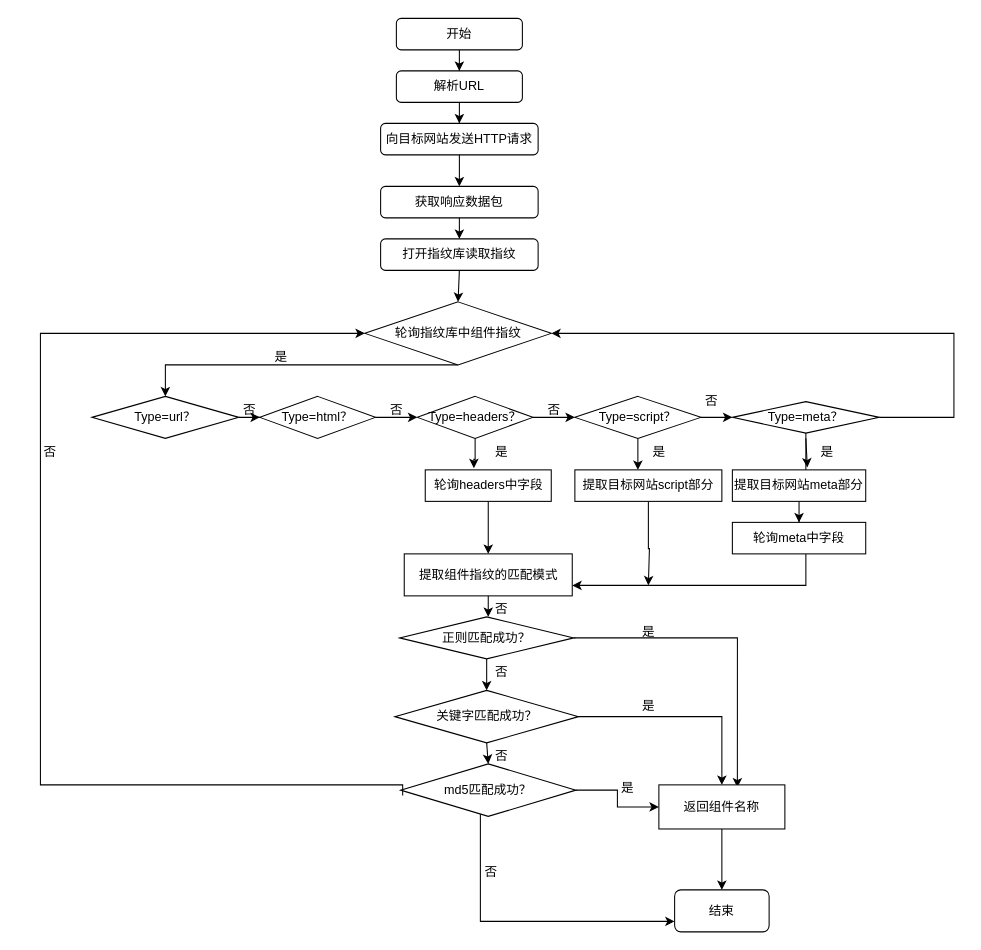
yoyoOO123/img keeps this draw.io diagram as 毕设.drawio. Above is the earlier version. Source tidied: cells renumbered, new cells numbered last; positions are measured from the earlier drawing's top-left corner, leaving out a move shared by most shapes. Both pictures are drawn from the tidied source at 105%, with x=0, y=0 at pixel (28, 18).
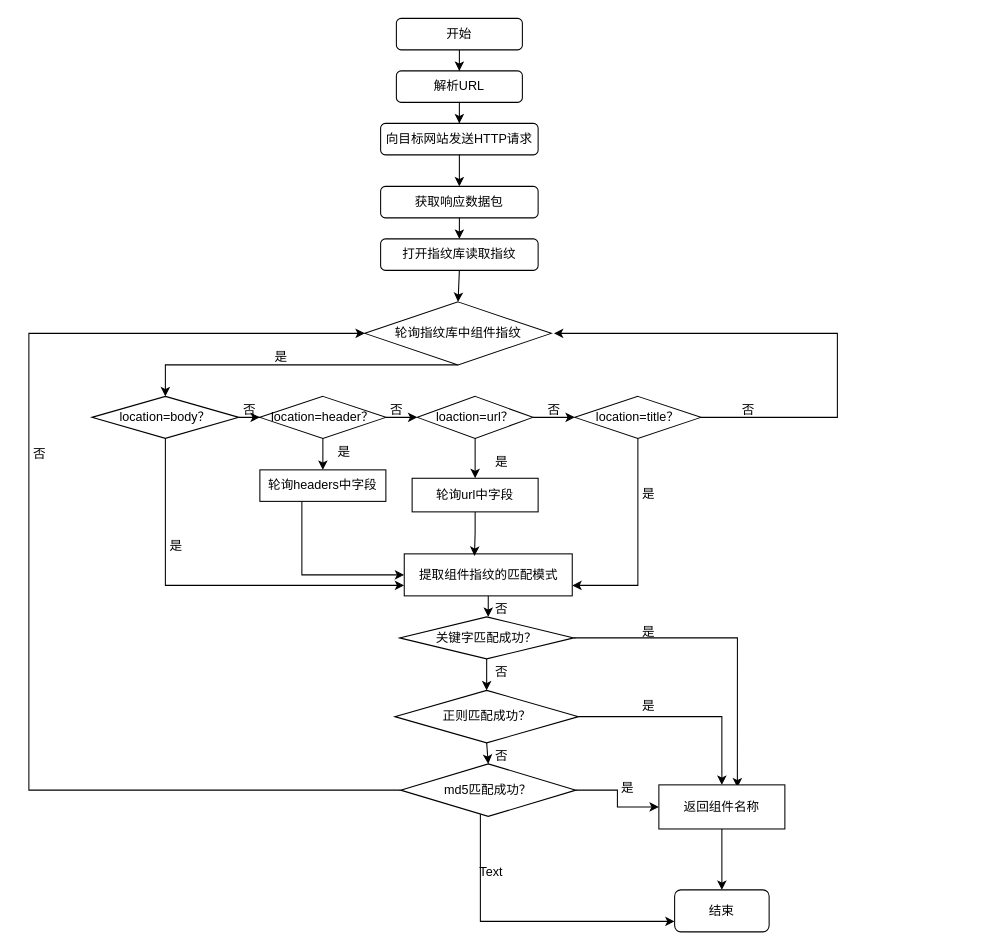
The same page after the edit.

The change refers to these unchanged cells:
```xml
<mxCell id="10" value="轮询指纹库中组件指纹" style="rhombus;whiteSpace=wrap;html=1;" parent="1" vertex="1">
  <mxGeometry x="320" y="270" width="177.5" height="60" as="geometry" />
</mxCell>
<mxCell id="46" value="提取组件指纹的匹配模式" style="rounded=0;whiteSpace=wrap;html=1;" parent="1" vertex="1">
  <mxGeometry x="357.5" y="510" width="160" height="40" as="geometry" />
</mxCell>
<mxCell id="55" value="md5匹配成功？" style="rhombus;whiteSpace=wrap;html=1;" parent="1" vertex="1">
  <mxGeometry x="354" y="710" width="167" height="50" as="geometry" />
</mxCell>
```

Diff of the diagram source:
```diff
@@
+    <mxCell id="67" style="edgeStyle=orthogonalEdgeStyle;rounded=0;jettySize=auto;html=1;entryX=0;entryY=0.75;entryDx=0;entryDy=0;" parent="1" edge="1" source="12" target="46">
+      <mxGeometry relative="1" as="geometry">
+        <Array as="points">
+          <mxPoint x="130" y="540" />
+        </Array>
+      </mxGeometry>
+    </mxCell>
-    <mxCell id="12" value="Type=url？" style="rhombus;whiteSpace=wrap;html=1;" parent="1" vertex="1">
+    <mxCell id="12" value="location=body？" style="rhombus;whiteSpace=wrap;html=1;" parent="1" vertex="1">
       <mxGeometry x="60" y="360" width="140" height="40" as="geometry" />
     </mxCell>
@@
+    <mxCell id="68" style="edgeStyle=orthogonalEdgeStyle;rounded=0;jettySize=auto;html=1;entryX=0.5;entryY=0;entryDx=0;entryDy=0;" parent="1" edge="1" source="14" target="25">
+      <mxGeometry relative="1" as="geometry" />
+    </mxCell>
-    <mxCell id="14" value="Type=html？" style="rhombus;whiteSpace=wrap;html=1;" parent="1" vertex="1">
-      <mxGeometry x="220" y="360" width="110" height="40" as="geometry" />
+    <mxCell id="14" value="location=header？" style="rhombus;whiteSpace=wrap;html=1;" parent="1" vertex="1">
+      <mxGeometry x="220" y="360" width="120" height="40" as="geometry" />
     </mxCell>
@@
-    <mxCell id="16" style="edgeStyle=orthogonalEdgeStyle;rounded=0;jettySize=auto;html=1;entryX=0.386;entryY=-0.055;entryDx=0;entryDy=0;entryPerimeter=0;" parent="1" edge="1" source="17" target="25">
-      <mxGeometry relative="1" as="geometry" />
-    </mxCell>
+    <mxCell id="69" style="edgeStyle=orthogonalEdgeStyle;rounded=0;jettySize=auto;html=1;" parent="1" edge="1" source="17" target="78">
+      <mxGeometry relative="1" as="geometry" />
+    </mxCell>
-    <mxCell id="17" value="Type=headers？" style="rhombus;whiteSpace=wrap;html=1;" parent="1" vertex="1">
+    <mxCell id="17" value="loaction=url？" style="rhombus;whiteSpace=wrap;html=1;" parent="1" vertex="1">
       <mxGeometry x="370" y="360" width="110" height="40" as="geometry" />
     </mxCell>
-    <mxCell id="18" style="edgeStyle=orthogonalEdgeStyle;rounded=0;jettySize=auto;html=1;entryX=0;entryY=0.5;entryDx=0;entryDy=0;" parent="1" edge="1" source="20" target="23">
-      <mxGeometry relative="1" as="geometry" />
+    <mxCell id="18" style="edgeStyle=orthogonalEdgeStyle;rounded=0;jettySize=auto;html=1;" parent="1" edge="1" source="20">
+      <mxGeometry relative="1" as="geometry">
+        <mxPoint x="500" y="300" as="targetPoint" />
+        <Array as="points">
+          <mxPoint x="770" y="380" />
+          <mxPoint x="770" y="300" />
+        </Array>
+      </mxGeometry>
     </mxCell>
-    <mxCell id="19" style="edgeStyle=orthogonalEdgeStyle;rounded=0;jettySize=auto;html=1;entryX=0.429;entryY=0;entryDx=0;entryDy=0;entryPerimeter=0;" parent="1" edge="1" source="20" target="27">
-      <mxGeometry relative="1" as="geometry" />
-    </mxCell>
+    <mxCell id="70" style="edgeStyle=orthogonalEdgeStyle;rounded=0;jettySize=auto;html=1;entryX=1;entryY=0.75;entryDx=0;entryDy=0;" parent="1" edge="1" source="20" target="46">
+      <mxGeometry relative="1" as="geometry">
+        <Array as="points">
+          <mxPoint x="580" y="540" />
+        </Array>
+      </mxGeometry>
+    </mxCell>
-    <mxCell id="20" value="Type=script？" style="rhombus;whiteSpace=wrap;html=1;" parent="1" vertex="1">
+    <mxCell id="20" value="location=title？" style="rhombus;whiteSpace=wrap;html=1;" parent="1" vertex="1">
       <mxGeometry x="520" y="360" width="120" height="40" as="geometry" />
     </mxCell>
-    <mxCell id="21" style="edgeStyle=orthogonalEdgeStyle;rounded=0;jettySize=auto;html=1;entryX=0.551;entryY=0.333;entryDx=0;entryDy=0;entryPerimeter=0;" parent="1" edge="1" source="23" target="29">
-      <mxGeometry relative="1" as="geometry" />
-    </mxCell>
-    <mxCell id="22" style="edgeStyle=orthogonalEdgeStyle;rounded=0;jettySize=auto;html=1;entryX=1;entryY=0.5;entryDx=0;entryDy=0;" parent="1" edge="1" source="23" target="10">
-      <mxGeometry relative="1" as="geometry">
-        <Array as="points">
-          <mxPoint x="881" y="380" />
-          <mxPoint x="881" y="300" />
-        </Array>
-      </mxGeometry>
-    </mxCell>
-    <mxCell id="23" value="Type=meta？" style="rhombus;whiteSpace=wrap;html=1;" parent="1" vertex="1">
-      <mxGeometry x="670" y="365" width="140" height="30" as="geometry" />
-    </mxCell>
-    <mxCell id="24" style="edgeStyle=orthogonalEdgeStyle;rounded=0;jettySize=auto;html=1;" parent="1" edge="1" source="25">
-      <mxGeometry relative="1" as="geometry">
-        <mxPoint x="437.5" y="510" as="targetPoint" />
-        <Array as="points">
-          <mxPoint x="438" y="490" />
-          <mxPoint x="438" y="490" />
-        </Array>
-      </mxGeometry>
-    </mxCell>
+    <mxCell id="71" style="edgeStyle=orthogonalEdgeStyle;rounded=0;jettySize=auto;html=1;entryX=0;entryY=0.5;entryDx=0;entryDy=0;" parent="1" edge="1" source="25" target="46">
+      <mxGeometry relative="1" as="geometry">
+        <Array as="points">
+          <mxPoint x="260" y="530" />
+        </Array>
+      </mxGeometry>
+    </mxCell>
     <mxCell id="25" value="轮询headers中字段" style="rounded=0;whiteSpace=wrap;html=1;" parent="1" vertex="1">
-      <mxGeometry x="377.5" y="430" width="120" height="30" as="geometry" />
+      <mxGeometry x="220" y="430" width="120" height="30" as="geometry" />
     </mxCell>
-    <mxCell id="26" style="edgeStyle=orthogonalEdgeStyle;rounded=0;jettySize=auto;html=1;" parent="1" edge="1" source="27">
-      <mxGeometry relative="1" as="geometry">
-        <mxPoint x="590" y="540" as="targetPoint" />
-        <Array as="points">
-          <mxPoint x="590" y="505" />
-          <mxPoint x="591" y="505" />
-        </Array>
-      </mxGeometry>
-    </mxCell>
-    <mxCell id="27" value="提取目标网站script部分" style="rounded=0;whiteSpace=wrap;html=1;" parent="1" vertex="1">
-      <mxGeometry x="520" y="430" width="140" height="30" as="geometry" />
-    </mxCell>
-    <mxCell id="28" style="edgeStyle=orthogonalEdgeStyle;rounded=0;jettySize=auto;html=1;entryX=0.5;entryY=0;entryDx=0;entryDy=0;" parent="1" edge="1" source="29" target="31">
-      <mxGeometry relative="1" as="geometry" />
-    </mxCell>
-    <mxCell id="29" value="提取目标网站meta部分" style="rounded=0;whiteSpace=wrap;html=1;" parent="1" vertex="1">
-      <mxGeometry x="670" y="430" width="127" height="30" as="geometry" />
-    </mxCell>
-    <mxCell id="30" style="edgeStyle=orthogonalEdgeStyle;rounded=0;jettySize=auto;html=1;entryX=1;entryY=0.75;entryDx=0;entryDy=0;" parent="1" edge="1" source="31" target="46">
-      <mxGeometry relative="1" as="geometry">
-        <Array as="points">
-          <mxPoint x="740" y="540" />
-        </Array>
-      </mxGeometry>
-    </mxCell>
-    <mxCell id="31" value="轮询meta中字段" style="rounded=0;whiteSpace=wrap;html=1;" parent="1" vertex="1">
-      <mxGeometry x="670" y="480" width="127" height="30" as="geometry" />
-    </mxCell>
-    <mxCell id="32" style="edgeStyle=orthogonalEdgeStyle;rounded=0;jettySize=auto;html=1;entryX=0;entryY=0.5;entryDx=0;entryDy=0;" parent="1" edge="1" target="10">
-      <mxGeometry relative="1" as="geometry">
-        <mxPoint x="356" y="740" as="sourcePoint" />
-        <Array as="points">
-          <mxPoint x="356" y="730" />
-          <mxPoint x="11" y="730" />
-          <mxPoint x="11" y="300" />
-        </Array>
-      </mxGeometry>
-    </mxCell>
@@
-    <mxCell id="36" style="endArrow=classic;html=1;rounded=0;entryX=0.562;entryY=-0.075;entryDx=0;entryDy=0;entryPerimeter=0;" parent="1" edge="1" target="29">
-      <mxGeometry relative="1" as="geometry">
-        <mxPoint x="740" y="400" as="sourcePoint" />
-      </mxGeometry>
-    </mxCell>
@@
     <mxCell id="41" value="否" style="text;html=1;align=center;verticalAlign=middle;strokeColor=none;fillColor=none;" parent="1" vertex="1">
-      <mxGeometry x="630" y="350" width="40" height="30" as="geometry" />
+      <mxGeometry x="665" y="358" width="40" height="30" as="geometry" />
     </mxCell>
-    <mxCell id="42" value="是" style="text;html=1;align=center;verticalAlign=middle;strokeColor=none;fillColor=none;" parent="1" vertex="1">
-      <mxGeometry x="740" y="398" width="40" height="30" as="geometry" />
-    </mxCell>
-    <mxCell id="43" value="是" style="text;html=1;align=center;verticalAlign=middle;strokeColor=none;fillColor=none;" parent="1" vertex="1">
-      <mxGeometry x="580" y="398" width="40" height="30" as="geometry" />
-    </mxCell>
-    <mxCell id="44" value="是" style="text;html=1;align=center;verticalAlign=middle;strokeColor=none;fillColor=none;" parent="1" vertex="1">
-      <mxGeometry x="430" y="398" width="40" height="30" as="geometry" />
-    </mxCell>
@@
     <mxCell id="47" value="否" style="text;html=1;align=center;verticalAlign=middle;strokeColor=none;fillColor=none;" parent="1" vertex="1">
-      <mxGeometry y="398" width="40" height="30" as="geometry" />
+      <mxGeometry x="-10" y="400" width="40" height="30" as="geometry" />
     </mxCell>
@@
-    <mxCell id="50" value="正则匹配成功？" style="rhombus;whiteSpace=wrap;html=1;" parent="1" vertex="1">
+    <mxCell id="50" value="关键字匹配成功？" style="rhombus;whiteSpace=wrap;html=1;" parent="1" vertex="1">
       <mxGeometry x="353" y="570" width="166" height="40" as="geometry" />
     </mxCell>
@@
-    <mxCell id="52" value="关键字匹配成功？" style="rhombus;whiteSpace=wrap;html=1;" parent="1" vertex="1">
+    <mxCell id="52" value="正则匹配成功？" style="rhombus;whiteSpace=wrap;html=1;" parent="1" vertex="1">
       <mxGeometry x="348.5" y="640" width="175" height="50" as="geometry" />
     </mxCell>
@@
+    <mxCell id="72" style="edgeStyle=orthogonalEdgeStyle;rounded=0;jettySize=auto;html=1;entryX=0;entryY=0.5;entryDx=0;entryDy=0;" parent="1" edge="1" source="55" target="10">
+      <mxGeometry relative="1" as="geometry">
+        <Array as="points">
+          <mxPoint y="735" />
+          <mxPoint y="300" />
+        </Array>
+      </mxGeometry>
+    </mxCell>
@@
-    <mxCell id="66" value="否" style="text;html=1;align=center;verticalAlign=middle;strokeColor=none;fillColor=none;" parent="1" vertex="1">
-      <mxGeometry x="420" y="798" width="40" height="30" as="geometry" />
+    <mxCell id="66" value="Text" style="text;html=1;align=center;verticalAlign=middle;strokeColor=none;fillColor=none;" parent="1" vertex="1">
+      <mxGeometry x="415" y="798" width="50" height="30" as="geometry" />
     </mxCell>
+    <mxCell id="73" value="是" style="text;html=1;align=center;verticalAlign=middle;strokeColor=none;fillColor=none;" parent="1" vertex="1">
+      <mxGeometry x="280" y="398" width="40" height="30" as="geometry" />
+    </mxCell>
+    <mxCell id="74" value="是" style="text;html=1;align=center;verticalAlign=middle;strokeColor=none;fillColor=none;" parent="1" vertex="1">
+      <mxGeometry x="120" y="488" width="40" height="30" as="geometry" />
+    </mxCell>
+    <mxCell id="75" value="是" style="text;html=1;align=center;verticalAlign=middle;strokeColor=none;fillColor=none;" parent="1" vertex="1">
+      <mxGeometry x="430" y="408" width="40" height="30" as="geometry" />
+    </mxCell>
+    <mxCell id="76" value="是" style="text;html=1;align=center;verticalAlign=middle;strokeColor=none;fillColor=none;" parent="1" vertex="1">
+      <mxGeometry x="570" y="438" width="40" height="30" as="geometry" />
+    </mxCell>
+    <mxCell id="77" style="edgeStyle=orthogonalEdgeStyle;rounded=0;jettySize=auto;html=1;entryX=0.418;entryY=0.049;entryDx=0;entryDy=0;entryPerimeter=0;" parent="1" edge="1" source="78" target="46">
+      <mxGeometry relative="1" as="geometry" />
+    </mxCell>
+    <mxCell id="78" value="轮询url中字段" style="rounded=0;whiteSpace=wrap;html=1;" parent="1" vertex="1">
+      <mxGeometry x="365" y="438" width="120" height="32" as="geometry" />
+    </mxCell>
```
